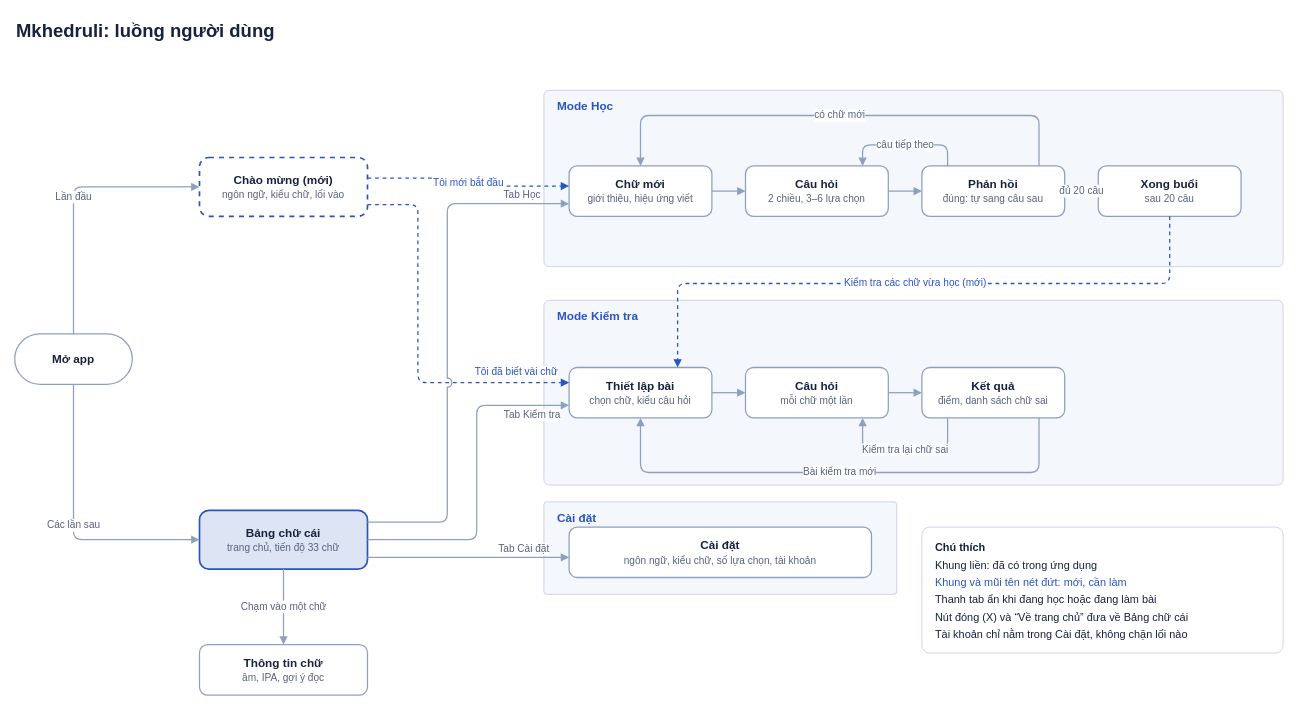
tant/anbani keeps this draw.io diagram as docs/user-flow.drawio. Above is the earlier version. Source tidied: cells renumbered, new cells numbered last; positions are measured from the earlier drawing's top-left corner, leaving out a move shared by most shapes. Both pictures are drawn from the tidied source at 84%, with x=0, y=0 at pixel (14, 14).
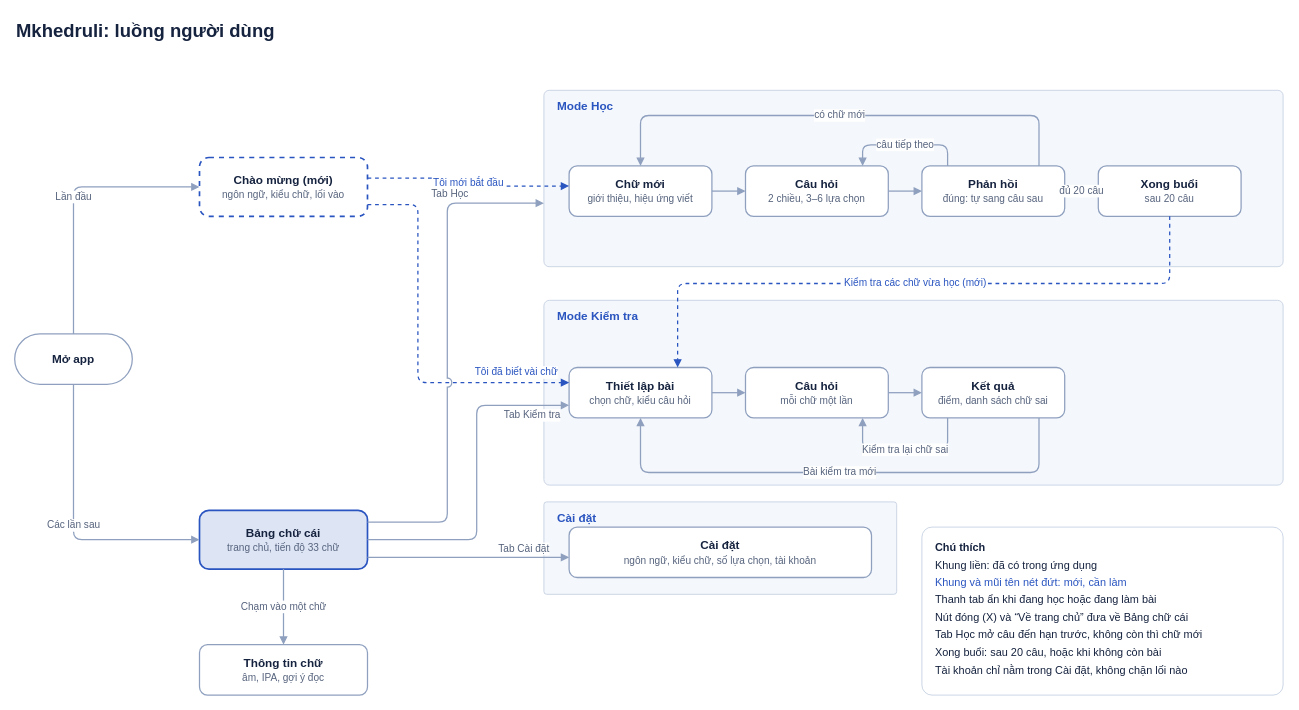
The same diagram, later.

Commit message (it also covers changes not shown here):
docs: align the user flow with the app's actual behaviour

Unchanged cells that the change refers to:
```xml
<mxCell id="3" value="Mode Học" style="rounded=1;whiteSpace=wrap;html=1;fillColor=#f4f7fb;strokeColor=#c3cee0;verticalAlign=top;align=left;spacingLeft=14;spacingTop=4;fontStyle=1;fontSize=14;fontColor=#2a55c0;fontFamily=Helvetica;arcSize=3;" parent="1" vertex="1">
  <mxGeometry x="630" y="90" width="880" height="210" as="geometry" />
</mxCell>
<mxCell id="8" value="&lt;b&gt;Bảng chữ cái&lt;/b&gt;&lt;br&gt;&lt;font color=&quot;#56637d&quot; style=&quot;font-size:12px&quot;&gt;trang chủ, tiến độ 33 chữ&lt;/font&gt;" style="rounded=1;whiteSpace=wrap;html=1;fillColor=#ffffff;strokeColor=#8fa0bf;strokeWidth=1.5;fontFamily=Helvetica;fontSize=14;fontColor=#16233f;arcSize=16;fillColor=#dde5f5;strokeColor=#2a55c0;strokeWidth=2;" parent="1" vertex="1">
  <mxGeometry x="220" y="590" width="200" height="70" as="geometry" />
</mxCell>
<mxCell id="10" value="&lt;b&gt;Chữ mới&lt;/b&gt;&lt;br&gt;&lt;font color=&quot;#56637d&quot; style=&quot;font-size:12px&quot;&gt;giới thiệu, hiệu ứng viết&lt;/font&gt;" style="rounded=1;whiteSpace=wrap;html=1;fillColor=#ffffff;strokeColor=#8fa0bf;strokeWidth=1.5;fontFamily=Helvetica;fontSize=14;fontColor=#16233f;arcSize=16;" parent="1" vertex="1">
  <mxGeometry x="660" y="180" width="170" height="60" as="geometry" />
</mxCell>
```

Change to the diagram source:
```diff
@@
-    <mxCell id="33" value="Tab Học" style="edgeStyle=orthogonalEdgeStyle;rounded=1;html=1;strokeColor=#8fa0bf;strokeWidth=1.5;fontSize=12;fontColor=#56637d;fontFamily=Helvetica;endArrow=block;endFill=1;labelBackgroundColor=#ffffff;jumpStyle=arc;jumpSize=10;exitX=1;exitY=0.2;exitDx=0;exitDy=0;entryX=0;entryY=0.75;entryDx=0;entryDy=0;" parent="1" edge="1" source="8" target="10">
-      <mxGeometry x="0.82" relative="1" as="geometry">
+    <mxCell id="33" value="Tab Học" style="edgeStyle=orthogonalEdgeStyle;rounded=1;html=1;strokeColor=#8fa0bf;strokeWidth=1.5;fontSize=12;fontColor=#56637d;fontFamily=Helvetica;endArrow=block;endFill=1;labelBackgroundColor=#ffffff;jumpStyle=arc;jumpSize=10;exitX=1;exitY=0.2;exitDx=0;exitDy=0;entryX=0;entryY=0.64;entryDx=0;entryDy=0;" parent="1" edge="1" source="8" target="3">
+      <mxGeometry x="0.62" relative="1" as="geometry">
         <Array as="points">
           <mxPoint x="515" y="604" />
           <mxPoint x="515" y="225" />
         </Array>
         <mxPoint y="-10" as="offset" />
       </mxGeometry>
     </mxCell>
@@
-    <mxCell id="36" value="&lt;div style=&quot;text-align:left;font-size:13px;line-height:1.6&quot;&gt;&lt;b&gt;Chú thích&lt;/b&gt;&lt;br&gt;Khung liền: đã có trong ứng dụng&lt;br&gt;&lt;font color=&quot;#2a55c0&quot;&gt;Khung và mũi tên nét đứt: mới, cần làm&lt;/font&gt;&lt;br&gt;Thanh tab ẩn khi đang học hoặc đang làm bài&lt;br&gt;Nút đóng (X) và “Về trang chủ” đưa về Bảng chữ cái&lt;br&gt;Tài khoản chỉ nằm trong Cài đặt, không chặn lối nào&lt;/div&gt;" style="rounded=1;whiteSpace=wrap;html=1;fillColor=#ffffff;strokeColor=#c3cee0;align=left;verticalAlign=top;spacingLeft=14;spacingTop=8;fontFamily=Helvetica;fontColor=#16233f;arcSize=6;" parent="1" vertex="1">
-      <mxGeometry x="1080" y="610" width="430" height="150" as="geometry" />
+    <mxCell id="36" value="&lt;div style=&quot;text-align:left;font-size:13px;line-height:1.6&quot;&gt;&lt;b&gt;Chú thích&lt;/b&gt;&lt;br&gt;Khung liền: đã có trong ứng dụng&lt;br&gt;&lt;font color=&quot;#2a55c0&quot;&gt;Khung và mũi tên nét đứt: mới, cần làm&lt;/font&gt;&lt;br&gt;Thanh tab ẩn khi đang học hoặc đang làm bài&lt;br&gt;Nút đóng (X) và “Về trang chủ” đưa về Bảng chữ cái&lt;br&gt;Tab Học mở câu đến hạn trước, không còn thì chữ mới&lt;br&gt;Xong buổi: sau 20 câu, hoặc khi không còn bài&lt;br&gt;Tài khoản chỉ nằm trong Cài đặt, không chặn lối nào&lt;/div&gt;" style="rounded=1;whiteSpace=wrap;html=1;fillColor=#ffffff;strokeColor=#c3cee0;align=left;verticalAlign=top;spacingLeft=14;spacingTop=8;fontFamily=Helvetica;fontColor=#16233f;arcSize=6;" parent="1" vertex="1">
+      <mxGeometry x="1080" y="610" width="430" height="200" as="geometry" />
     </mxCell>
```
